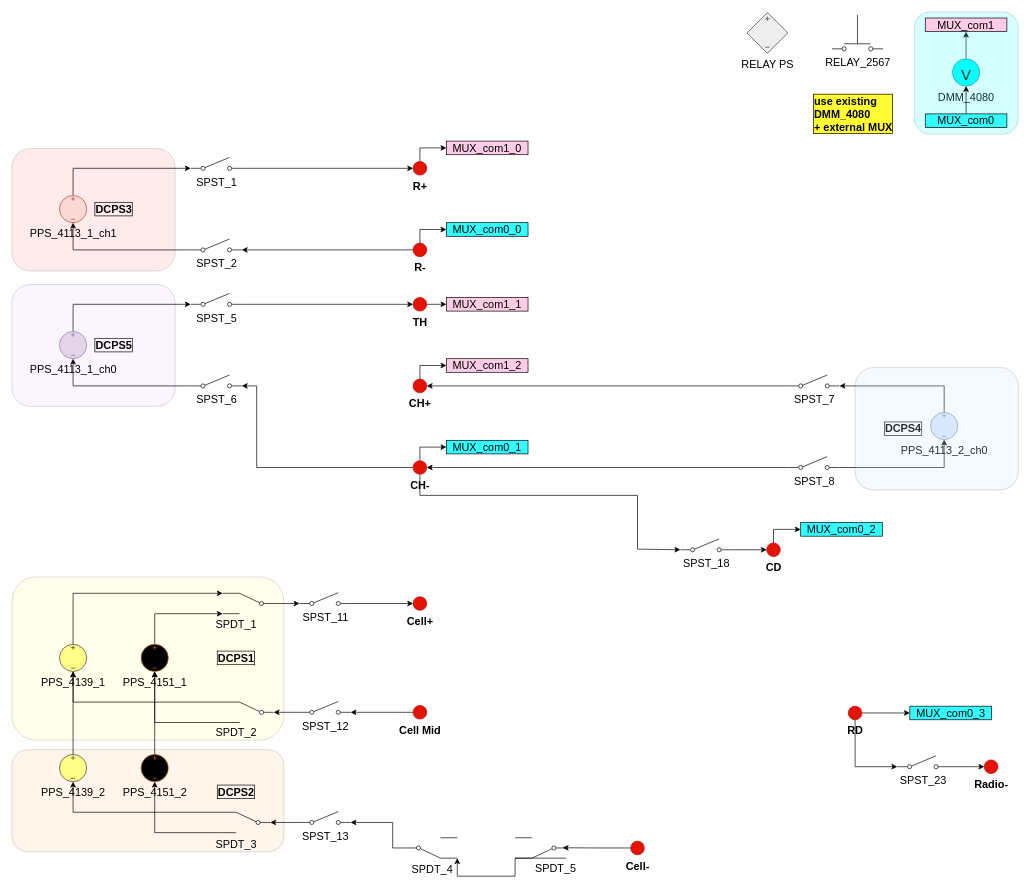
This is BMS_device_B_6p16.drawio from ktlim-xy/draw-io, a draw.io file, before an edit. Source tidied: cells renumbered, new cells numbered last; positions are measured from the earlier drawing's top-left corner, leaving out a move shared by most shapes. Both pictures are drawn from the tidied source at 68%, with x=0, y=0 at pixel (12, 12).
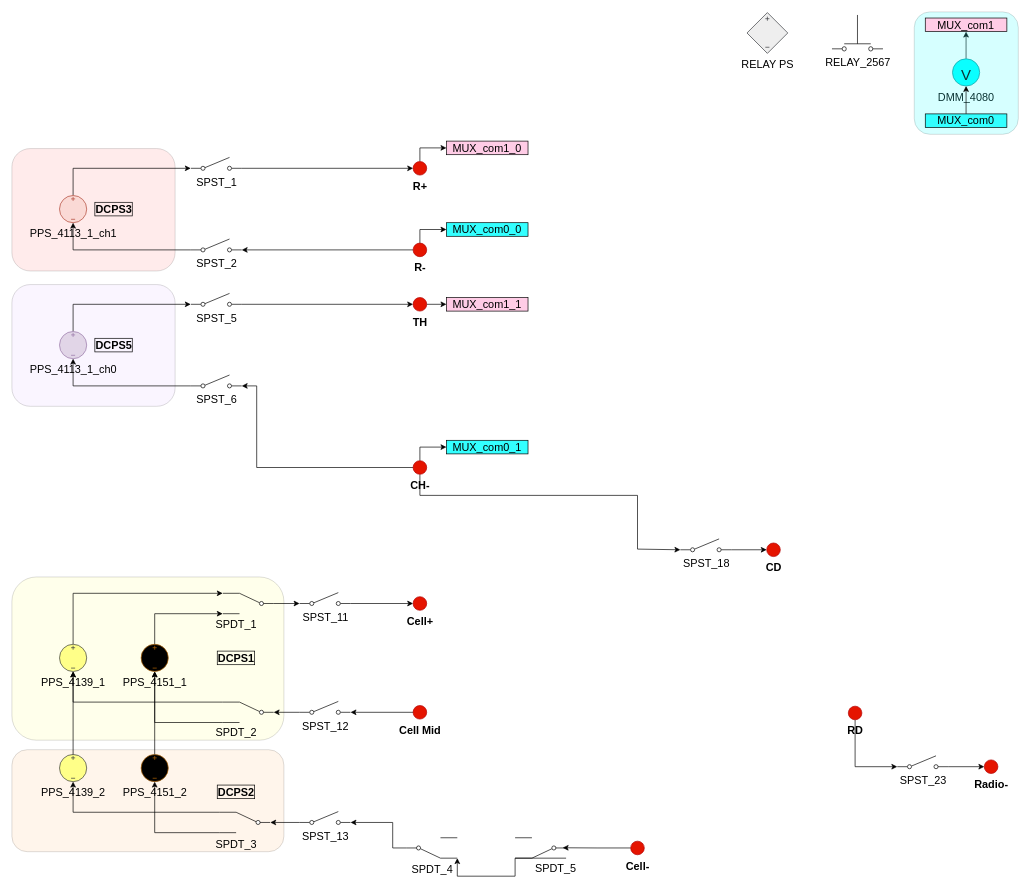
The same page after the edit.

Unchanged cells that the change refers to:
```xml
<mxCell id="20" value="CH-" style="verticalLabelPosition=bottom;shadow=0;dashed=0;align=center;html=1;verticalAlign=top;strokeWidth=1;shape=ellipse;perimeter=ellipsePerimeter;fillColor=#e51400;fontColor=light-dark(#000000,#FF0000);strokeColor=#B20000;fontSize=16;fontStyle=1;" parent="1" vertex="1">
  <mxGeometry x="590" y="660" width="20" height="20" as="geometry" />
</mxCell>
<mxCell id="71" value="RD" style="verticalLabelPosition=bottom;shadow=0;dashed=0;align=center;html=1;verticalAlign=top;strokeWidth=1;shape=ellipse;perimeter=ellipsePerimeter;fillColor=#e51400;fontColor=light-dark(#000000,#FF0000);strokeColor=#B20000;fontSize=16;fontStyle=1;" parent="1" vertex="1">
  <mxGeometry x="1230" y="1021" width="20" height="20" as="geometry" />
</mxCell>
<mxCell id="89" value="CD" style="verticalLabelPosition=bottom;shadow=0;dashed=0;align=center;html=1;verticalAlign=top;strokeWidth=1;shape=ellipse;perimeter=ellipsePerimeter;fillColor=#e51400;fontColor=light-dark(#000000,#FF0000);strokeColor=#B20000;fontSize=16;fontStyle=1;" parent="1" vertex="1">
  <mxGeometry x="1110" y="781" width="20" height="20" as="geometry" />
</mxCell>
```

Change to the diagram source:
```diff
@@
-    <mxCell id="15" style="edgeStyle=orthogonalEdgeStyle;rounded=0;jettySize=auto;html=1;exitX=0.5;exitY=0;exitDx=0;exitDy=0;entryX=0;entryY=0.5;entryDx=0;entryDy=0;fontSize=16;" parent="1" edge="1" source="16" target="80">
-      <mxGeometry relative="1" as="geometry" />
-    </mxCell>
-    <mxCell id="16" value="CH+" style="verticalLabelPosition=bottom;shadow=0;dashed=0;align=center;html=1;verticalAlign=top;strokeWidth=1;shape=ellipse;perimeter=ellipsePerimeter;fillColor=#e51400;fontColor=light-dark(#000000,#FF0000);strokeColor=#B20000;fontSize=16;fontStyle=1;" parent="1" vertex="1">
-      <mxGeometry x="590" y="540" width="20" height="20" as="geometry" />
-    </mxCell>
@@
-    <mxCell id="21" style="edgeStyle=orthogonalEdgeStyle;rounded=0;jettySize=auto;html=1;exitX=0.5;exitY=0;exitDx=0;exitDy=0;exitPerimeter=0;entryX=1;entryY=0.8;entryDx=0;entryDy=0;fontSize=16;" parent="1" edge="1" source="22" target="24">
-      <mxGeometry relative="1" as="geometry" />
-    </mxCell>
-    <mxCell id="22" value="PPS_4113_2_ch0" style="verticalLabelPosition=bottom;shadow=0;dashed=0;align=center;html=1;verticalAlign=top;shape=mxgraph.electrical.signal_sources.source;points=[[0.5,0,0],[1,0.5,0],[0.5,1,0],[0,0.5,0]];elSignalType=dc3;rotation=0;fillColor=#dae8fc;strokeColor=#6c8ebf;fontSize=16;" parent="1" vertex="1">
-      <mxGeometry x="1351" y="589" width="40" height="40" as="geometry" />
-    </mxCell>
-    <mxCell id="23" style="edgeStyle=orthogonalEdgeStyle;rounded=0;jettySize=auto;html=1;exitX=0;exitY=0.8;exitDx=0;exitDy=0;entryX=1;entryY=0.5;entryDx=0;entryDy=0;fontSize=16;" parent="1" edge="1" source="24" target="16">
-      <mxGeometry relative="1" as="geometry" />
-    </mxCell>
-    <mxCell id="24" value="SPST_7" style="html=1;shape=mxgraph.electrical.electro-mechanical.singleSwitch;elSwitchState=off;verticalAlign=top;labelPosition=center;verticalLabelPosition=bottom;align=center;fontSize=16;" parent="1" vertex="1">
-      <mxGeometry x="1142" y="534" width="75" height="20" as="geometry" />
-    </mxCell>
-    <mxCell id="25" style="edgeStyle=orthogonalEdgeStyle;rounded=0;jettySize=auto;html=1;exitX=1;exitY=0.8;exitDx=0;exitDy=0;fontSize=16;" parent="1" edge="1" source="27" target="22">
-      <mxGeometry relative="1" as="geometry" />
-    </mxCell>
-    <mxCell id="26" style="edgeStyle=orthogonalEdgeStyle;rounded=0;jettySize=auto;html=1;exitX=0;exitY=0.8;exitDx=0;exitDy=0;entryX=1;entryY=0.5;entryDx=0;entryDy=0;fontSize=16;" parent="1" edge="1" source="27" target="20">
-      <mxGeometry relative="1" as="geometry" />
-    </mxCell>
-    <mxCell id="27" value="SPST_8" style="html=1;shape=mxgraph.electrical.electro-mechanical.singleSwitch;elSwitchState=off;verticalAlign=top;labelPosition=center;verticalLabelPosition=bottom;align=center;fontSize=16;" parent="1" vertex="1">
-      <mxGeometry x="1142" y="654" width="75" height="20" as="geometry" />
-    </mxCell>
@@
-    <mxCell id="67" value="&lt;span&gt;&lt;font&gt;DCPS4&lt;/font&gt;&lt;/span&gt;" style="text;html=1;whiteSpace=wrap;strokeColor=none;fillColor=none;align=center;verticalAlign=middle;rounded=0;fontSize=16;fontColor=#000000;fontStyle=1;labelBorderColor=default;" parent="1" vertex="1">
-      <mxGeometry x="1281" y="598" width="60" height="30" as="geometry" />
-    </mxCell>
@@
-    <mxCell id="69" style="edgeStyle=orthogonalEdgeStyle;rounded=0;jettySize=auto;html=1;exitX=1;exitY=0.5;exitDx=0;exitDy=0;entryX=0;entryY=0.5;entryDx=0;entryDy=0;fontSize=16;" parent="1" edge="1" source="71" target="81">
-      <mxGeometry relative="1" as="geometry" />
-    </mxCell>
@@
-    <mxCell id="80" value="MUX_com1_2" style="rounded=0;whiteSpace=wrap;html=1;fillColor=#FFCCE6;fontSize=16;" parent="1" vertex="1">
-      <mxGeometry x="639" y="510" width="120" height="20" as="geometry" />
-    </mxCell>
-    <mxCell id="81" value="MUX_com0_3" style="rounded=0;whiteSpace=wrap;html=1;fillColor=#33FFFF;fontSize=16;" parent="1" vertex="1">
-      <mxGeometry x="1320.5" y="1021" width="120" height="20" as="geometry" />
-    </mxCell>
@@
-    <mxCell id="85" value="use existing&lt;br&gt;DMM_4080&amp;nbsp;&lt;div&gt;+ external MUX&lt;/div&gt;" style="text;html=1;whiteSpace=wrap;strokeColor=none;fillColor=none;align=left;verticalAlign=middle;rounded=0;fontStyle=1;fontColor=#000000;fontSize=16;labelBorderColor=default;labelBackgroundColor=#FFFF33;" parent="1" vertex="1">
-      <mxGeometry x="1177" y="121" width="160" height="58" as="geometry" />
-    </mxCell>
@@
-    <mxCell id="88" style="edgeStyle=orthogonalEdgeStyle;rounded=0;jettySize=auto;html=1;exitX=0.5;exitY=0;exitDx=0;exitDy=0;entryX=0;entryY=0.5;entryDx=0;entryDy=0;" parent="1" edge="1" source="89" target="92">
-      <mxGeometry relative="1" as="geometry" />
-    </mxCell>
@@
-    <mxCell id="92" value="MUX_com0_2" style="rounded=0;whiteSpace=wrap;html=1;fillColor=#33FFFF;fontSize=16;" parent="1" vertex="1">
-      <mxGeometry x="1160" y="751" width="120" height="20" as="geometry" />
-    </mxCell>
@@
-    <mxCell id="102" style="rounded=1;whiteSpace=wrap;html=1;fillColor=#CCE5FF;gradientColor=none;fillStyle=auto;gradientDirection=radial;opacity=20;fontSize=16;" parent="1" vertex="1">
-      <mxGeometry x="1240" y="523" width="240" height="180" as="geometry" />
-    </mxCell>
```
